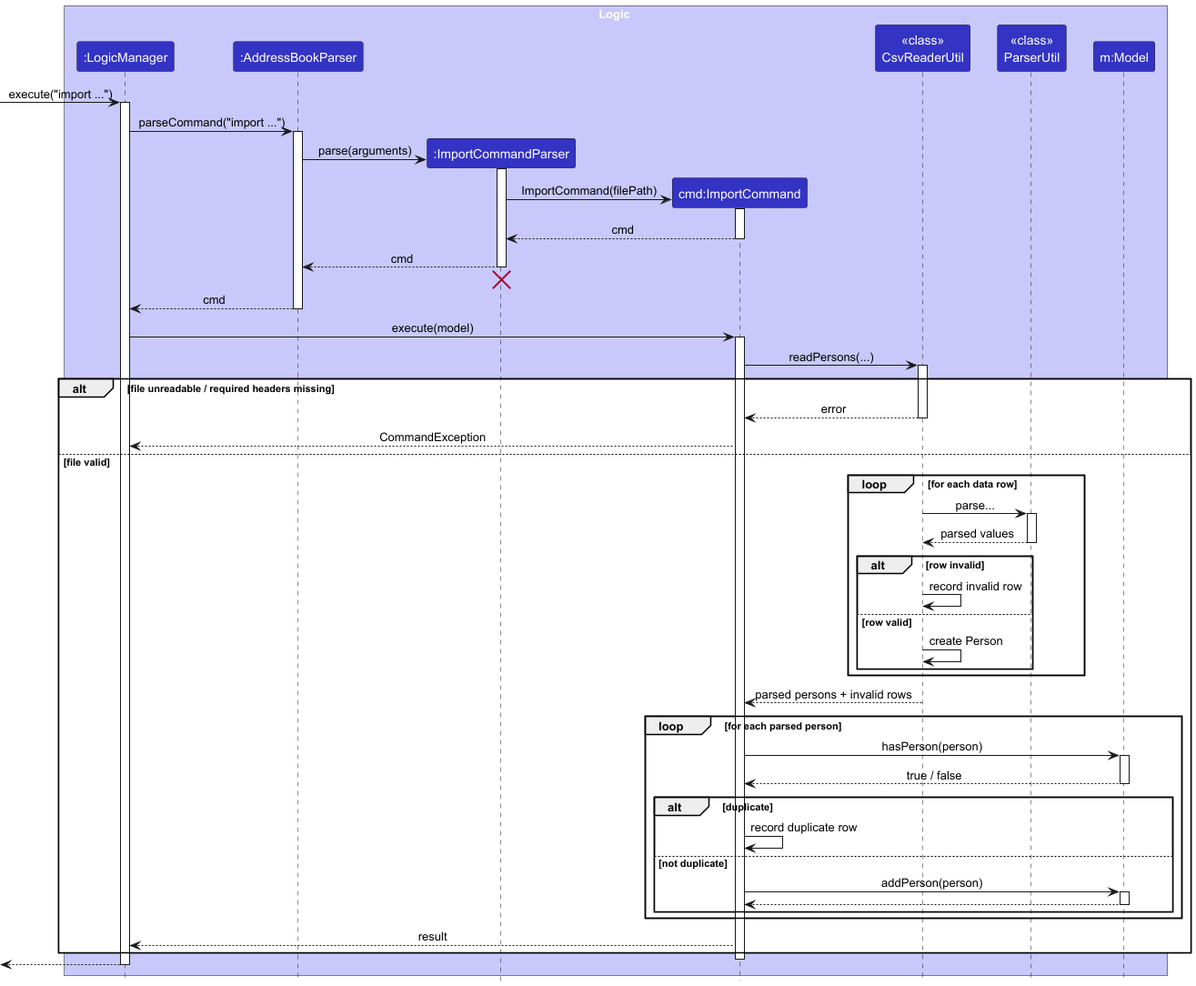
This is docs/images/ImportCommandSequenceDiagram.png from AY2526S2-CS2103T-T12-1/tp, a PlantUML export, as it was before one commit. The source it was exported from:
```plantuml
@startuml
!include style.puml
skinparam ArrowFontStyle plain

box Logic LOGIC_COLOR_T1
participant ":LogicManager" as LogicManager LOGIC_COLOR
participant ":AddressBookParser" as AddressBookParser LOGIC_COLOR
participant ":ImportCommandParser" as ImportCommandParser LOGIC_COLOR
participant "cmd:ImportCommand" as ImportCommand LOGIC_COLOR
participant "<<class>>\nCsvReaderUtil" as CsvReaderUtil LOGIC_COLOR
participant "<<class>>\nParserUtil" as ParserUtil LOGIC_COLOR
participant "m:Model" as Model LOGIC_COLOR
end box

[-> LogicManager : execute("import ...")
activate LogicManager

LogicManager -> AddressBookParser : parseCommand("import ...")
activate AddressBookParser

create ImportCommandParser
AddressBookParser -> ImportCommandParser : parse(arguments)
activate ImportCommandParser

create ImportCommand
ImportCommandParser -> ImportCommand : ImportCommand(filePath)
activate ImportCommand
ImportCommand --> ImportCommandParser : cmd
deactivate ImportCommand

ImportCommandParser --> AddressBookParser : cmd
deactivate ImportCommandParser
ImportCommandParser -[hidden]-> AddressBookParser
destroy ImportCommandParser

AddressBookParser --> LogicManager : cmd
deactivate AddressBookParser

LogicManager -> ImportCommand : execute(model)
activate ImportCommand

ImportCommand -> CsvReaderUtil : readPersons(...)
activate CsvReaderUtil

alt file unreadable / required headers missing
    CsvReaderUtil --> ImportCommand : error
    deactivate CsvReaderUtil
    ImportCommand --> LogicManager : CommandException
else file valid
    loop for each data row
        CsvReaderUtil -> ParserUtil : parse...
        activate ParserUtil
        ParserUtil --> CsvReaderUtil : parsed values
        deactivate ParserUtil

        alt row invalid
            CsvReaderUtil -> CsvReaderUtil : record invalid row
        else row valid
            CsvReaderUtil -> CsvReaderUtil : create Person
        end
    end

    CsvReaderUtil --> ImportCommand : parsed persons + invalid rows
    deactivate CsvReaderUtil

    loop for each parsed person
        ImportCommand -> Model : hasPerson(person)
        activate Model
        Model --> ImportCommand : true / false
        deactivate Model

        alt duplicate
            ImportCommand -> ImportCommand : record duplicate row
        else not duplicate
            ImportCommand -> Model : addPerson(person)
            activate Model
            Model --> ImportCommand
            deactivate Model
        end
    end

    ImportCommand --> LogicManager : result
end

deactivate ImportCommand
[<-- LogicManager
deactivate LogicManager
@enduml
```
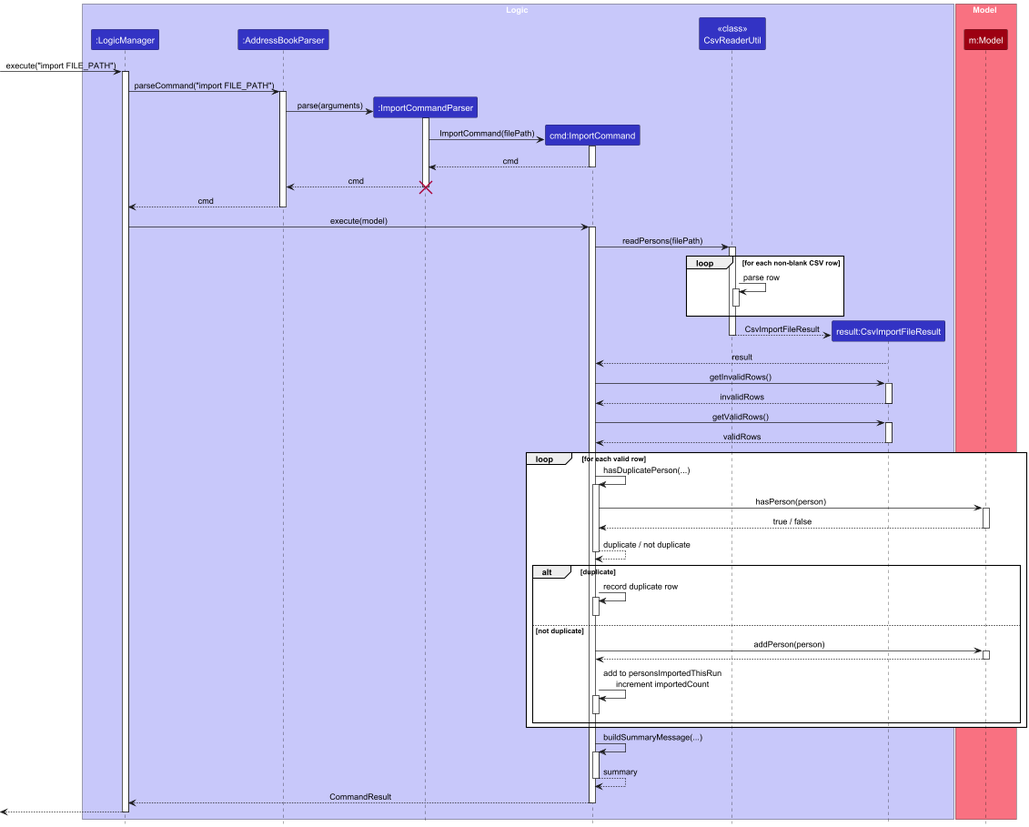
The same diagram one commit later.

Change to the diagram source:
```diff
@@ -8,14 +8,17 @@
 participant ":ImportCommandParser" as ImportCommandParser LOGIC_COLOR
 participant "cmd:ImportCommand" as ImportCommand LOGIC_COLOR
 participant "<<class>>\nCsvReaderUtil" as CsvReaderUtil LOGIC_COLOR
-participant "<<class>>\nParserUtil" as ParserUtil LOGIC_COLOR
-participant "m:Model" as Model LOGIC_COLOR
+participant "result:CsvImportFileResult" as CsvImportFileResult LOGIC_COLOR
 end box
 
-[-> LogicManager : execute("import ...")
+box Model MODEL_COLOR_T1
+participant "m:Model" as Model MODEL_COLOR
+end box
+
+[-> LogicManager : execute("import FILE_PATH")
 activate LogicManager
 
-LogicManager -> AddressBookParser : parseCommand("import ...")
+LogicManager -> AddressBookParser : parseCommand("import FILE_PATH")
 activate AddressBookParser
 
 create ImportCommandParser
@@ -30,7 +33,6 @@
 
 ImportCommandParser --> AddressBookParser : cmd
 deactivate ImportCommandParser
-ImportCommandParser -[hidden]-> AddressBookParser
 destroy ImportCommandParser
 
 AddressBookParser --> LogicManager : cmd
@@ -39,50 +41,67 @@
 LogicManager -> ImportCommand : execute(model)
 activate ImportCommand
 
-ImportCommand -> CsvReaderUtil : readPersons(...)
+ImportCommand -> CsvReaderUtil : readPersons(filePath)
 activate CsvReaderUtil
 
-alt file unreadable / required headers missing
-    CsvReaderUtil --> ImportCommand : error
+loop for each non-blank CSV row
+    CsvReaderUtil -> CsvReaderUtil : parse row
+    activate CsvReaderUtil
     deactivate CsvReaderUtil
-    ImportCommand --> LogicManager : CommandException
-else file valid
-    loop for each data row
-        CsvReaderUtil -> ParserUtil : parse...
-        activate ParserUtil
-        ParserUtil --> CsvReaderUtil : parsed values
-        deactivate ParserUtil
+end
 
-        alt row invalid
-            CsvReaderUtil -> CsvReaderUtil : record invalid row
-        else row valid
-            CsvReaderUtil -> CsvReaderUtil : create Person
-        end
-    end
+create CsvImportFileResult
+CsvReaderUtil --> CsvImportFileResult : CsvImportFileResult
+deactivate CsvReaderUtil
 
-    CsvReaderUtil --> ImportCommand : parsed persons + invalid rows
-    deactivate CsvReaderUtil
+CsvImportFileResult --> ImportCommand : result
 
-    loop for each parsed person
-        ImportCommand -> Model : hasPerson(person)
+ImportCommand -> CsvImportFileResult : getInvalidRows()
+activate CsvImportFileResult
+CsvImportFileResult --> ImportCommand : invalidRows
+deactivate CsvImportFileResult
+
+ImportCommand -> CsvImportFileResult : getValidRows()
+activate CsvImportFileResult
+CsvImportFileResult --> ImportCommand : validRows
+deactivate CsvImportFileResult
+
+loop for each valid row
+    ImportCommand -> ImportCommand : hasDuplicatePerson(...)
+    activate ImportCommand
+
+    ImportCommand -> Model : hasPerson(person)
+    activate Model
+    Model --> ImportCommand : true / false
+    deactivate Model
+
+    ImportCommand --> ImportCommand : duplicate / not duplicate
+    deactivate ImportCommand
+
+    alt duplicate
+        ImportCommand -> ImportCommand : record duplicate row
+        activate ImportCommand
+        deactivate ImportCommand
+    else not duplicate
+        ImportCommand -> Model : addPerson(person)
         activate Model
-        Model --> ImportCommand : true / false
+        Model --> ImportCommand
         deactivate Model
 
-        alt duplicate
-            ImportCommand -> ImportCommand : record duplicate row
-        else not duplicate
-            ImportCommand -> Model : addPerson(person)
-            activate Model
-            Model --> ImportCommand
-            deactivate Model
-        end
+        ImportCommand -> ImportCommand : add to personsImportedThisRun\nincrement importedCount
+        activate ImportCommand
+        deactivate ImportCommand
     end
-
-    ImportCommand --> LogicManager : result
 end
 
+ImportCommand -> ImportCommand : buildSummaryMessage(...)
+activate ImportCommand
+ImportCommand --> ImportCommand : summary
 deactivate ImportCommand
+
+ImportCommand --> LogicManager : CommandResult
+deactivate ImportCommand
+
 [<-- LogicManager
 deactivate LogicManager
 @enduml
```
